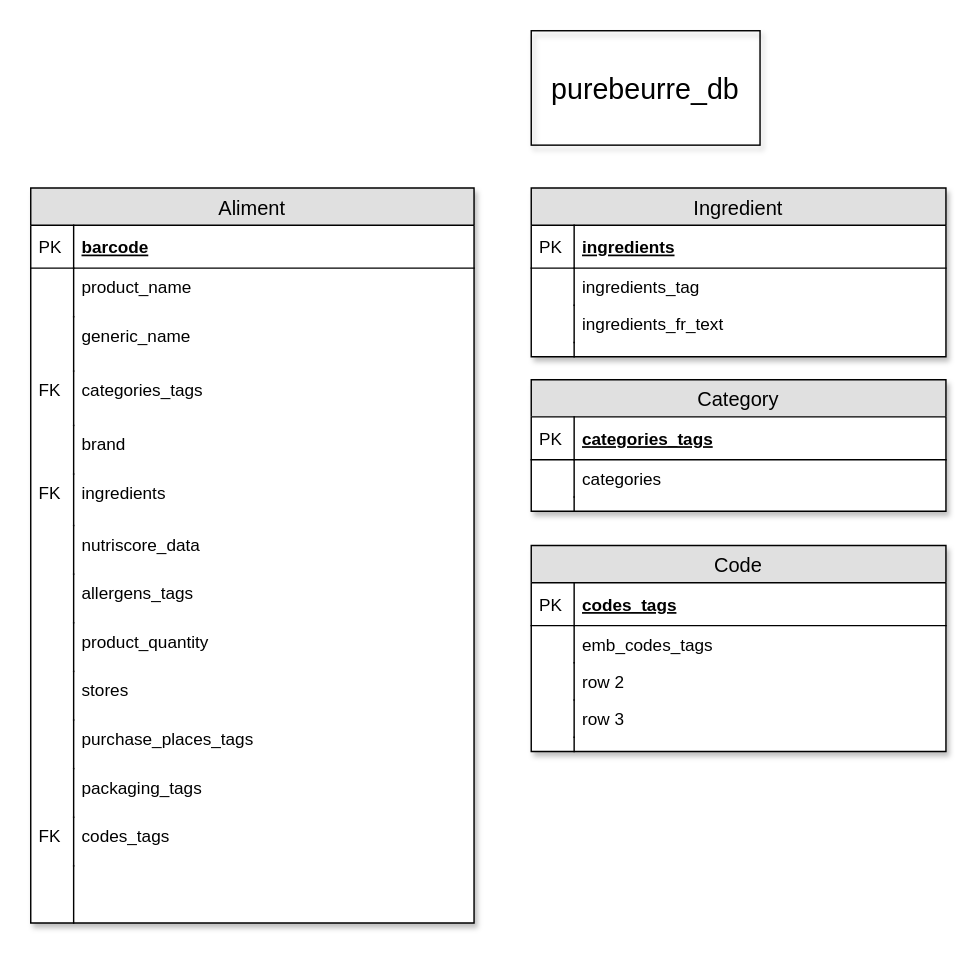
Above: P5_OpenFoodFacts.drawio in StephenAOGOLO/P5_OpenFoodFacts (draw.io), before the change. Source tidied: cells renumbered, new cells numbered last; positions are measured from the earlier drawing's top-left corner, leaving out a move shared by most shapes. Both pictures are drawn from the tidied source at 143%, with x=0, y=0 at pixel (30, 30).
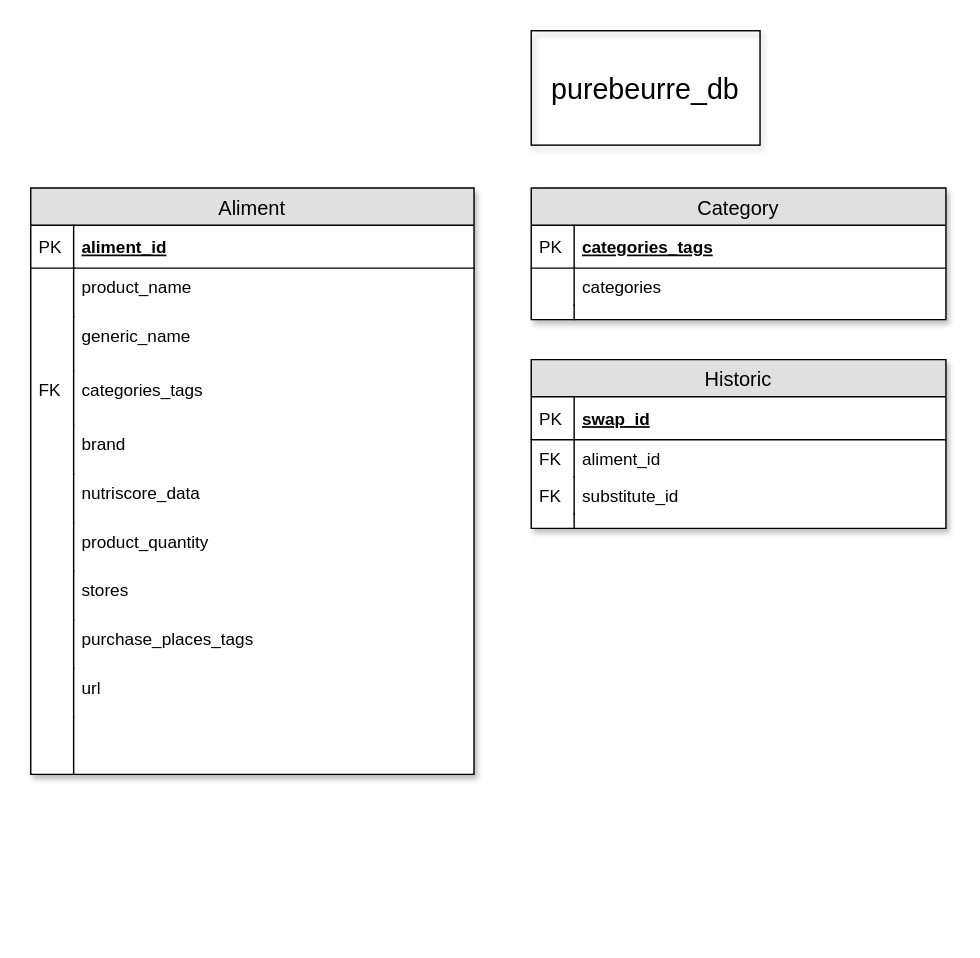
The same diagram, later.

The edit, as a diff of the source:
```diff
@@
     <mxCell id="3" value="Aliment" style="swimlane;fontStyle=0;horizontal=1;startSize=26;fillColor=#e0e0e0;swimlaneFillColor=#ffffff;align=center;fontSize=14;shadow=1;strokeColor=#000000;" parent="1" vertex="1">
-      <mxGeometry y="110" width="310" height="514" as="geometry" />
+      <mxGeometry y="110" width="310" height="410" as="geometry" />
     </mxCell>
-    <mxCell id="4" value="barcode" style="shape=partialRectangle;top=0;left=0;right=0;bottom=1;align=left;verticalAlign=middle;fillColor=none;spacingLeft=34;spacingRight=4;overflow=hidden;fontStyle=5;fontSize=12;" parent="3" vertex="1">
+    <mxCell id="4" value="aliment_id" style="shape=partialRectangle;top=0;left=0;right=0;bottom=1;align=left;verticalAlign=middle;fillColor=none;spacingLeft=34;spacingRight=4;overflow=hidden;fontStyle=5;fontSize=12;" parent="3" vertex="1">
       <mxGeometry y="26" width="310" height="30" as="geometry" />
     </mxCell>
@@
-    <mxCell id="14" value="ingredients" style="shape=partialRectangle;top=0;left=0;right=0;bottom=0;align=left;verticalAlign=top;fillColor=none;spacingLeft=34;spacingRight=4;overflow=hidden;fontSize=12;" parent="3" vertex="1">
-      <mxGeometry y="200" width="310" height="36" as="geometry" />
-    </mxCell>
-    <mxCell id="15" value="FK" style="shape=partialRectangle;top=0;left=0;bottom=0;fillColor=none;align=left;verticalAlign=top;spacingLeft=4;spacingRight=4;overflow=hidden;fontSize=12;" parent="14" vertex="1">
-      <mxGeometry width="30" height="36" as="geometry" />
-    </mxCell>
     <mxCell id="16" value="nutriscore_data" style="shape=partialRectangle;top=0;left=0;right=0;bottom=0;align=left;verticalAlign=top;fillColor=none;spacingLeft=34;spacingRight=4;overflow=hidden;fontSize=12;" parent="3" vertex="1">
-      <mxGeometry y="236" width="310" height="34" as="geometry" />
+      <mxGeometry y="200" width="310" height="34" as="geometry" />
     </mxCell>
@@
-    <mxCell id="18" value="allergens_tags" style="shape=partialRectangle;top=0;left=0;right=0;bottom=0;align=left;verticalAlign=top;fillColor=none;spacingLeft=34;spacingRight=4;overflow=hidden;fontSize=12;" parent="3" vertex="1">
-      <mxGeometry y="270" width="310" height="34" as="geometry" />
-    </mxCell>
-    <mxCell id="19" style="shape=partialRectangle;top=0;left=0;bottom=0;fillColor=none;align=left;verticalAlign=top;spacingLeft=4;spacingRight=4;overflow=hidden;fontSize=12;" parent="18" vertex="1">
-      <mxGeometry width="30" height="34" as="geometry" />
-    </mxCell>
     <mxCell id="20" value="product_quantity" style="shape=partialRectangle;top=0;left=0;right=0;bottom=0;align=left;verticalAlign=top;fillColor=none;spacingLeft=34;spacingRight=4;overflow=hidden;fontSize=12;" parent="3" vertex="1">
-      <mxGeometry y="304" width="310" height="34" as="geometry" />
+      <mxGeometry y="234" width="310" height="34" as="geometry" />
     </mxCell>
@@
     <mxCell id="22" value="stores" style="shape=partialRectangle;top=0;left=0;right=0;bottom=0;align=left;verticalAlign=top;fillColor=none;spacingLeft=34;spacingRight=4;overflow=hidden;fontSize=12;" parent="3" vertex="1">
-      <mxGeometry y="338" width="310" height="34" as="geometry" />
+      <mxGeometry y="268" width="310" height="34" as="geometry" />
     </mxCell>
@@
+    <mxCell id="59" value="purchase_places_tags" style="shape=partialRectangle;top=0;left=0;right=0;bottom=0;align=left;verticalAlign=top;fillColor=none;spacingLeft=34;spacingRight=4;overflow=hidden;fontSize=12;" parent="3" vertex="1">
+      <mxGeometry y="302" width="310" height="34" as="geometry" />
+    </mxCell>
+    <mxCell id="60" style="shape=partialRectangle;top=0;left=0;bottom=0;fillColor=none;align=left;verticalAlign=top;spacingLeft=4;spacingRight=4;overflow=hidden;fontSize=12;" parent="59" vertex="1">
+      <mxGeometry width="30" height="34" as="geometry" />
+    </mxCell>
-    <mxCell id="24" value="purchase_places_tags" style="shape=partialRectangle;top=0;left=0;right=0;bottom=0;align=left;verticalAlign=top;fillColor=none;spacingLeft=34;spacingRight=4;overflow=hidden;fontSize=12;" parent="3" vertex="1">
-      <mxGeometry y="372" width="310" height="34" as="geometry" />
+    <mxCell id="24" value="url" style="shape=partialRectangle;top=0;left=0;right=0;bottom=0;align=left;verticalAlign=top;fillColor=none;spacingLeft=34;spacingRight=4;overflow=hidden;fontSize=12;" parent="3" vertex="1">
+      <mxGeometry y="336" width="310" height="34" as="geometry" />
     </mxCell>
@@
-    <mxCell id="26" value="packaging_tags" style="shape=partialRectangle;top=0;left=0;right=0;bottom=0;align=left;verticalAlign=top;fillColor=none;spacingLeft=34;spacingRight=4;overflow=hidden;fontSize=12;" parent="3" vertex="1">
-      <mxGeometry y="406" width="310" height="34" as="geometry" />
-    </mxCell>
-    <mxCell id="27" style="shape=partialRectangle;top=0;left=0;bottom=0;fillColor=none;align=left;verticalAlign=top;spacingLeft=4;spacingRight=4;overflow=hidden;fontSize=12;" parent="26" vertex="1">
-      <mxGeometry width="30" height="34" as="geometry" />
-    </mxCell>
-    <mxCell id="28" value="codes_tags" style="shape=partialRectangle;top=0;left=0;right=0;bottom=0;align=left;verticalAlign=top;fillColor=none;spacingLeft=34;spacingRight=4;overflow=hidden;fontSize=12;" parent="3" vertex="1">
-      <mxGeometry y="440" width="310" height="34" as="geometry" />
-    </mxCell>
-    <mxCell id="29" value="FK" style="shape=partialRectangle;top=0;left=0;bottom=0;fillColor=none;align=left;verticalAlign=top;spacingLeft=4;spacingRight=4;overflow=hidden;fontSize=12;" parent="28" vertex="1">
-      <mxGeometry width="30" height="34" as="geometry" />
-    </mxCell>
     <mxCell id="30" style="shape=partialRectangle;top=0;left=0;right=0;bottom=0;align=left;verticalAlign=top;fillColor=none;spacingLeft=34;spacingRight=4;overflow=hidden;fontSize=12;" parent="3" vertex="1">
-      <mxGeometry y="474" width="310" height="40" as="geometry" />
+      <mxGeometry y="370" width="310" height="40" as="geometry" />
     </mxCell>
@@
-    <mxCell id="32" value="Ingredient" style="swimlane;fontStyle=0;horizontal=1;startSize=26;fillColor=#e0e0e0;swimlaneFillColor=#ffffff;align=center;fontSize=14;shadow=1;strokeColor=#000000;" parent="1" vertex="1">
-      <mxGeometry x="350" y="110" width="290" height="118" as="geometry" />
-    </mxCell>
-    <mxCell id="33" value="ingredients" style="shape=partialRectangle;top=0;left=0;right=0;bottom=1;align=left;verticalAlign=middle;fillColor=none;spacingLeft=34;spacingRight=4;overflow=hidden;fontStyle=5;fontSize=12;" parent="32" vertex="1">
-      <mxGeometry y="26" width="290" height="30" as="geometry" />
-    </mxCell>
-    <mxCell id="34" value="PK" style="shape=partialRectangle;top=0;left=0;bottom=0;fillColor=none;align=left;verticalAlign=middle;spacingLeft=4;spacingRight=4;overflow=hidden;fontSize=12;" parent="33" vertex="1">
-      <mxGeometry width="30" height="30" as="geometry" />
-    </mxCell>
-    <mxCell id="35" value="ingredients_tag" style="shape=partialRectangle;top=0;left=0;right=0;bottom=0;align=left;verticalAlign=top;fillColor=none;spacingLeft=34;spacingRight=4;overflow=hidden;fontSize=12;" parent="32" vertex="1">
-      <mxGeometry y="56" width="290" height="26" as="geometry" />
-    </mxCell>
-    <mxCell id="36" style="shape=partialRectangle;top=0;left=0;bottom=0;fillColor=none;align=left;verticalAlign=top;spacingLeft=4;spacingRight=4;overflow=hidden;fontSize=12;" parent="35" vertex="1">
-      <mxGeometry width="30" height="26" as="geometry" />
-    </mxCell>
-    <mxCell id="37" value="ingredients_fr_text" style="shape=partialRectangle;top=0;left=0;right=0;bottom=0;align=left;verticalAlign=top;fillColor=none;spacingLeft=34;spacingRight=4;overflow=hidden;fontSize=12;" parent="32" vertex="1">
-      <mxGeometry y="82" width="290" height="26" as="geometry" />
-    </mxCell>
-    <mxCell id="38" style="shape=partialRectangle;top=0;left=0;bottom=0;fillColor=none;align=left;verticalAlign=top;spacingLeft=4;spacingRight=4;overflow=hidden;fontSize=12;" parent="37" vertex="1">
-      <mxGeometry width="30" height="26" as="geometry" />
-    </mxCell>
-    <mxCell id="39" style="shape=partialRectangle;top=0;left=0;right=0;bottom=0;align=left;verticalAlign=top;fillColor=none;spacingLeft=34;spacingRight=4;overflow=hidden;fontSize=12;" parent="32" vertex="1">
-      <mxGeometry y="108" width="290" height="10" as="geometry" />
-    </mxCell>
-    <mxCell id="40" style="shape=partialRectangle;top=0;left=0;bottom=0;fillColor=none;align=left;verticalAlign=top;spacingLeft=4;spacingRight=4;overflow=hidden;fontSize=12;" parent="39" vertex="1">
-      <mxGeometry width="30" height="10" as="geometry" />
-    </mxCell>
     <mxCell id="41" value="Category" style="swimlane;fontStyle=0;horizontal=1;startSize=26;fillColor=#e0e0e0;swimlaneFillColor=#ffffff;align=center;fontSize=14;shadow=1;strokeColor=#000000;" parent="1" vertex="1">
-      <mxGeometry x="350" y="244" width="290" height="92" as="geometry" />
+      <mxGeometry x="350" y="110" width="290" height="92" as="geometry" />
     </mxCell>
@@
-    <mxCell id="48" value="Code" style="swimlane;fontStyle=0;horizontal=1;startSize=26;fillColor=#e0e0e0;swimlaneFillColor=#ffffff;align=center;fontSize=14;shadow=1;strokeColor=#000000;" parent="1" vertex="1">
-      <mxGeometry x="350" y="360" width="290" height="144" as="geometry" />
-    </mxCell>
-    <mxCell id="49" value="codes_tags" style="shape=partialRectangle;top=0;left=0;right=0;bottom=1;align=left;verticalAlign=middle;fillColor=none;spacingLeft=34;spacingRight=4;overflow=hidden;fontStyle=5;fontSize=12;" parent="48" vertex="1">
-      <mxGeometry y="26" width="290" height="30" as="geometry" />
-    </mxCell>
-    <mxCell id="50" value="PK" style="shape=partialRectangle;top=0;left=0;bottom=0;fillColor=none;align=left;verticalAlign=middle;spacingLeft=4;spacingRight=4;overflow=hidden;fontSize=12;" parent="49" vertex="1">
-      <mxGeometry width="30" height="30" as="geometry" />
-    </mxCell>
-    <mxCell id="51" value="emb_codes_tags" style="shape=partialRectangle;top=0;left=0;right=0;bottom=0;align=left;verticalAlign=top;fillColor=none;spacingLeft=34;spacingRight=4;overflow=hidden;fontSize=12;" parent="48" vertex="1">
-      <mxGeometry y="56" width="290" height="26" as="geometry" />
-    </mxCell>
-    <mxCell id="52" style="shape=partialRectangle;top=0;left=0;bottom=0;fillColor=none;align=left;verticalAlign=top;spacingLeft=4;spacingRight=4;overflow=hidden;fontSize=12;" parent="51" vertex="1">
-      <mxGeometry width="30" height="26" as="geometry" />
-    </mxCell>
-    <mxCell id="53" value="row 2" style="shape=partialRectangle;top=0;left=0;right=0;bottom=0;align=left;verticalAlign=top;fillColor=none;spacingLeft=34;spacingRight=4;overflow=hidden;fontSize=12;" parent="48" vertex="1">
-      <mxGeometry y="82" width="290" height="26" as="geometry" />
-    </mxCell>
-    <mxCell id="54" style="shape=partialRectangle;top=0;left=0;bottom=0;fillColor=none;align=left;verticalAlign=top;spacingLeft=4;spacingRight=4;overflow=hidden;fontSize=12;" parent="53" vertex="1">
-      <mxGeometry width="30" height="26" as="geometry" />
-    </mxCell>
-    <mxCell id="55" value="row 3" style="shape=partialRectangle;top=0;left=0;right=0;bottom=0;align=left;verticalAlign=top;fillColor=none;spacingLeft=34;spacingRight=4;overflow=hidden;fontSize=12;" parent="48" vertex="1">
-      <mxGeometry y="108" width="290" height="26" as="geometry" />
-    </mxCell>
-    <mxCell id="56" style="shape=partialRectangle;top=0;left=0;bottom=0;fillColor=none;align=left;verticalAlign=top;spacingLeft=4;spacingRight=4;overflow=hidden;fontSize=12;" parent="55" vertex="1">
-      <mxGeometry width="30" height="26" as="geometry" />
-    </mxCell>
-    <mxCell id="57" style="shape=partialRectangle;top=0;left=0;right=0;bottom=0;align=left;verticalAlign=top;fillColor=none;spacingLeft=34;spacingRight=4;overflow=hidden;fontSize=12;" parent="48" vertex="1">
-      <mxGeometry y="134" width="290" height="10" as="geometry" />
-    </mxCell>
-    <mxCell id="58" style="shape=partialRectangle;top=0;left=0;bottom=0;fillColor=none;align=left;verticalAlign=top;spacingLeft=4;spacingRight=4;overflow=hidden;fontSize=12;" parent="57" vertex="1">
-      <mxGeometry width="30" height="10" as="geometry" />
-    </mxCell>
+    <mxCell id="61" value="Historic" style="swimlane;fontStyle=0;horizontal=1;startSize=26;fillColor=#e0e0e0;swimlaneFillColor=#ffffff;align=center;fontSize=14;shadow=1;strokeColor=#000000;" parent="1" vertex="1">
+      <mxGeometry x="350" y="230" width="290" height="118" as="geometry" />
+    </mxCell>
+    <mxCell id="62" value="swap_id" style="shape=partialRectangle;top=0;left=0;right=0;bottom=1;align=left;verticalAlign=middle;fillColor=none;spacingLeft=34;spacingRight=4;overflow=hidden;fontStyle=5;fontSize=12;" parent="61" vertex="1">
+      <mxGeometry y="26" width="290" height="30" as="geometry" />
+    </mxCell>
+    <mxCell id="63" value="PK" style="shape=partialRectangle;top=0;left=0;bottom=0;fillColor=none;align=left;verticalAlign=middle;spacingLeft=4;spacingRight=4;overflow=hidden;fontSize=12;" parent="62" vertex="1">
+      <mxGeometry width="30" height="30" as="geometry" />
+    </mxCell>
+    <mxCell id="64" value="aliment_id" style="shape=partialRectangle;top=0;left=0;right=0;bottom=0;align=left;verticalAlign=top;fillColor=none;spacingLeft=34;spacingRight=4;overflow=hidden;fontSize=12;" parent="61" vertex="1">
+      <mxGeometry y="56" width="290" height="26" as="geometry" />
+    </mxCell>
+    <mxCell id="65" value="FK" style="shape=partialRectangle;top=0;left=0;bottom=0;fillColor=none;align=left;verticalAlign=top;spacingLeft=4;spacingRight=4;overflow=hidden;fontSize=12;" parent="64" vertex="1">
+      <mxGeometry width="30" height="26" as="geometry" />
+    </mxCell>
+    <mxCell id="66" value="substitute_id" style="shape=partialRectangle;top=0;left=0;right=0;bottom=0;align=left;verticalAlign=top;fillColor=none;spacingLeft=34;spacingRight=4;overflow=hidden;fontSize=12;" parent="61" vertex="1">
+      <mxGeometry y="82" width="290" height="26" as="geometry" />
+    </mxCell>
+    <mxCell id="67" value="FK" style="shape=partialRectangle;top=0;left=0;bottom=0;fillColor=none;align=left;verticalAlign=top;spacingLeft=4;spacingRight=4;overflow=hidden;fontSize=12;" parent="66" vertex="1">
+      <mxGeometry width="30" height="26" as="geometry" />
+    </mxCell>
+    <mxCell id="39" style="shape=partialRectangle;top=0;left=0;right=0;bottom=0;align=left;verticalAlign=top;fillColor=none;spacingLeft=34;spacingRight=4;overflow=hidden;fontSize=12;" parent="61" vertex="1">
+      <mxGeometry y="108" width="290" height="10" as="geometry" />
+    </mxCell>
+    <mxCell id="68" style="shape=partialRectangle;top=0;left=0;bottom=0;fillColor=none;align=left;verticalAlign=top;spacingLeft=4;spacingRight=4;overflow=hidden;fontSize=12;" parent="39" vertex="1">
+      <mxGeometry width="30" height="10" as="geometry" />
+    </mxCell>
```
